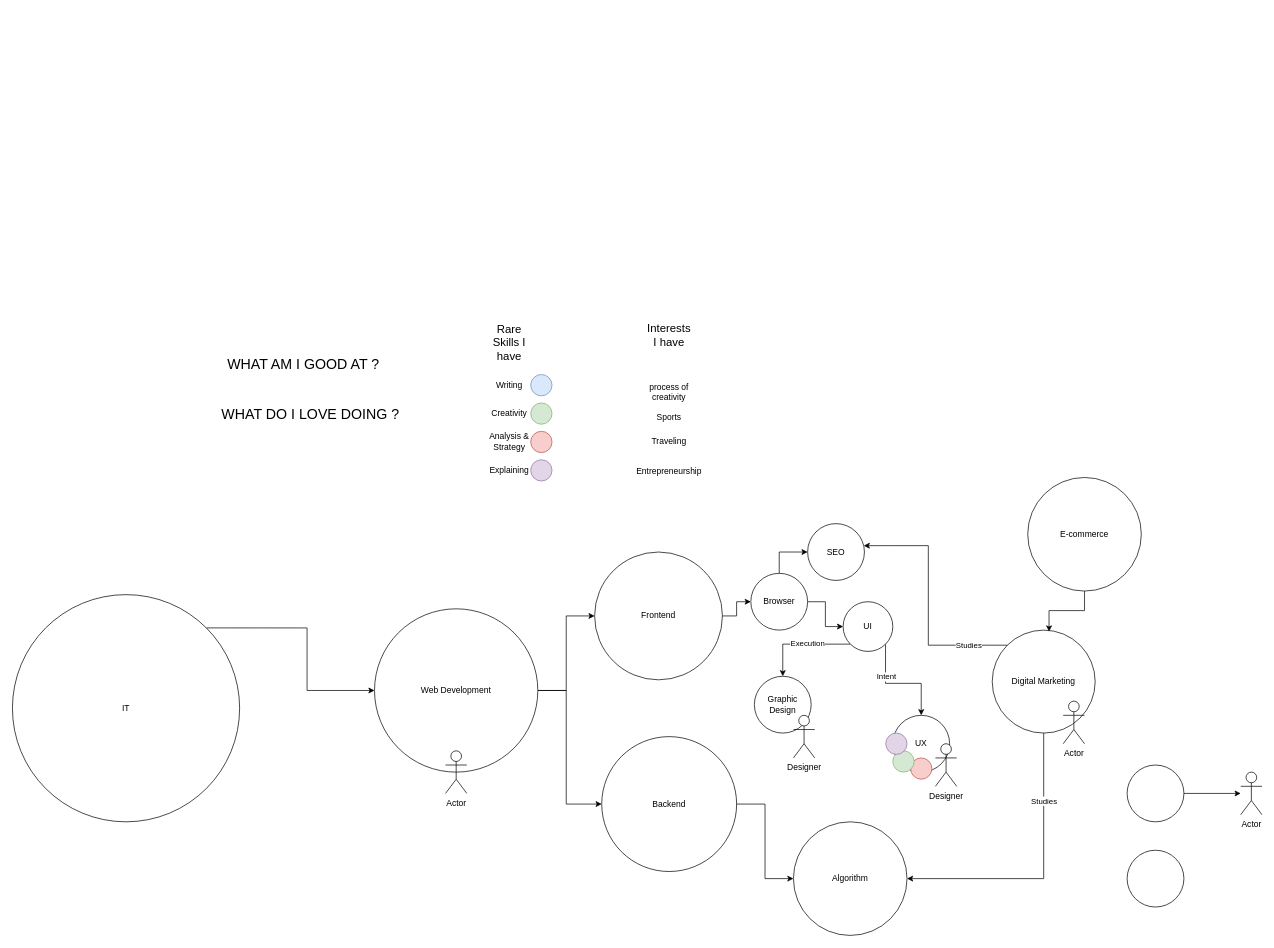
Daimyo-Sama/qwerty keeps this draw.io diagram as Career.drawio. Above is the earlier version. Source tidied: cells renumbered, new cells numbered last; positions are measured from the earlier drawing's top-left corner, leaving out a move shared by most shapes. Both pictures are drawn from the tidied source at 71%, with x=0, y=0 at pixel (12, 324).
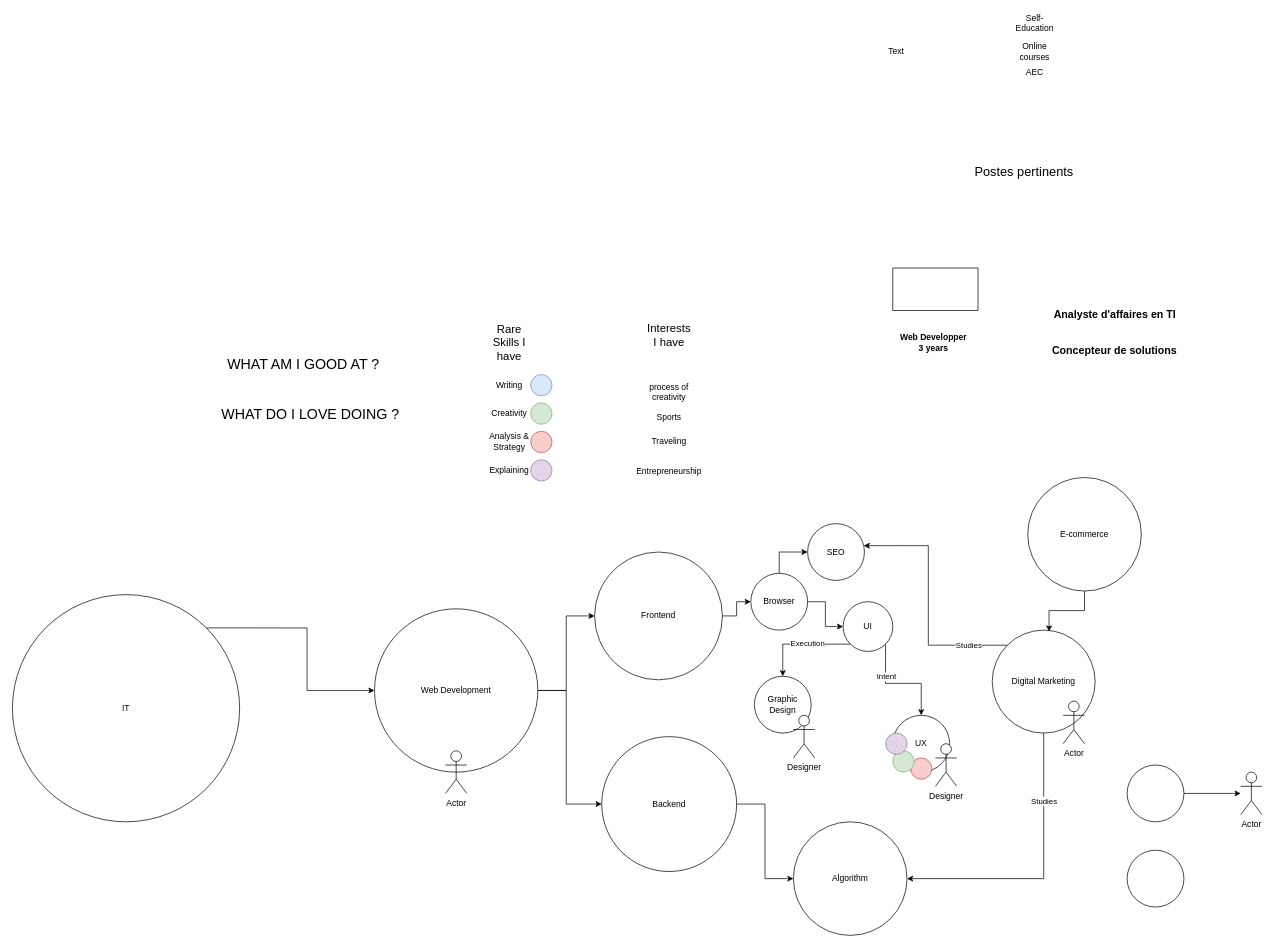
The same diagram, later.

Change to the diagram source:
```diff
@@
+    <mxCell id="57" value="&lt;font style=&quot;font-size: 18px;&quot;&gt;Postes pertinents&lt;/font&gt;" style="text;html=1;align=center;verticalAlign=middle;whiteSpace=wrap;rounded=0;" parent="1" vertex="1">
+      <mxGeometry x="1320" y="-230" width="210" height="30" as="geometry" />
+    </mxCell>
+    <mxCell id="58" value="&lt;font style=&quot;font-size: 15px;&quot;&gt;&lt;b&gt;Concepteur de solutions&lt;/b&gt;&lt;/font&gt;" style="text;html=1;align=center;verticalAlign=middle;whiteSpace=wrap;rounded=0;" parent="1" vertex="1">
+      <mxGeometry x="1420" y="20" width="265" height="30" as="geometry" />
+    </mxCell>
+    <mxCell id="59" value="Text" style="text;html=1;align=center;verticalAlign=middle;whiteSpace=wrap;rounded=0;" parent="1" vertex="1">
+      <mxGeometry x="1215" y="-400" width="60" height="30" as="geometry" />
+    </mxCell>
+    <mxCell id="60" value="&lt;font style=&quot;font-size: 15px;&quot;&gt;&lt;b&gt;Analyste d'affaires en TI&lt;/b&gt;&lt;/font&gt;" style="text;html=1;align=center;verticalAlign=middle;whiteSpace=wrap;rounded=0;" parent="1" vertex="1">
+      <mxGeometry x="1437.5" y="-30" width="230" height="30" as="geometry" />
+    </mxCell>
+    <mxCell id="61" value="&lt;b&gt;Web Developper&lt;/b&gt;&lt;div&gt;&lt;b&gt;3 years&lt;/b&gt;&lt;/div&gt;" style="text;html=1;align=center;verticalAlign=middle;whiteSpace=wrap;rounded=0;" parent="1" vertex="1">
+      <mxGeometry x="1240" y="10" width="115" height="30" as="geometry" />
+    </mxCell>
+    <mxCell id="62" style="rounded=0;whiteSpace=wrap;html=1;" parent="1" vertex="1">
+      <mxGeometry x="1240" y="-80" width="120" height="60" as="geometry" />
+    </mxCell>
+    <mxCell id="63" value="Self-Education" style="text;html=1;align=center;verticalAlign=middle;whiteSpace=wrap;rounded=0;" parent="1" vertex="1">
+      <mxGeometry x="1410" y="-440" width="60" height="30" as="geometry" />
+    </mxCell>
+    <mxCell id="64" value="AEC" style="text;html=1;align=center;verticalAlign=middle;whiteSpace=wrap;rounded=0;" parent="1" vertex="1">
+      <mxGeometry x="1410" y="-370" width="60" height="30" as="geometry" />
+    </mxCell>
+    <mxCell id="65" value="Online courses" style="text;html=1;align=center;verticalAlign=middle;whiteSpace=wrap;rounded=0;" parent="1" vertex="1">
+      <mxGeometry x="1410" y="-400" width="60" height="30" as="geometry" />
+    </mxCell>
```
